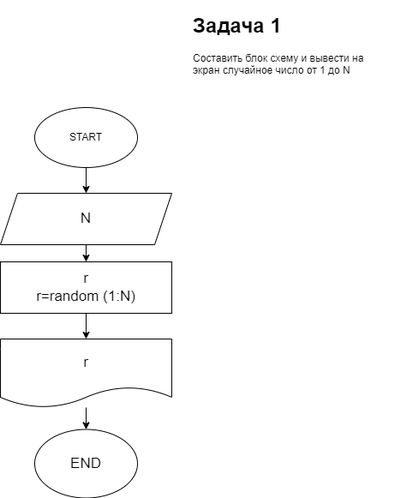
This is ex00.drawio.png from ulitin64/praktikum1, a draw.io export, as it was before one commit. Source tidied: cells renumbered, new cells last; positions are measured from the earlier drawing's top-left corner, leaving out a move shared by most shapes.
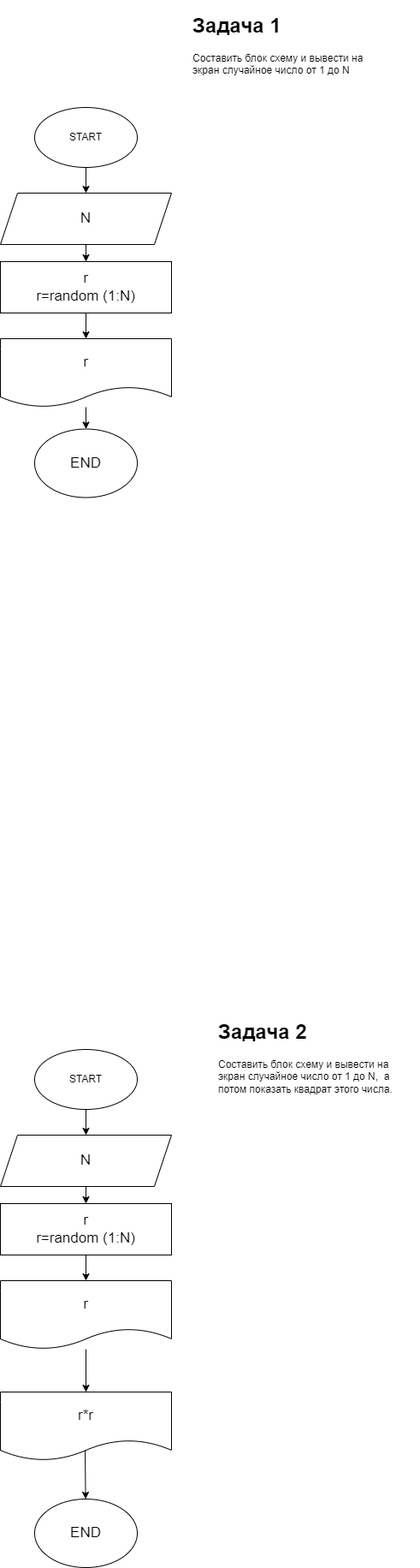
The same diagram one commit later.

Diff of the diagram source:
```diff
@@ -32,5 +32,41 @@
     <mxCell id="11" value="END" style="ellipse;whiteSpace=wrap;html=1;fontSize=17;" parent="1" vertex="1">
       <mxGeometry x="40" y="490.5" width="120" height="80" as="geometry" />
     </mxCell>
+    <mxCell id="12" value="&lt;h1&gt;Задача 2&lt;/h1&gt;&lt;p&gt;Составить блок схему и вывести на экран случайное число от 1 до N,&amp;nbsp; а потом показать квадрат этого числа.&lt;/p&gt;" style="text;html=1;strokeColor=none;fillColor=none;spacing=5;spacingTop=-20;whiteSpace=wrap;overflow=hidden;rounded=0;" parent="1" vertex="1">
+      <mxGeometry x="250" y="1175" width="240" height="110" as="geometry" />
+    </mxCell>
+    <mxCell id="13" style="edgeStyle=none;html=1;" parent="1" edge="1" source="14" target="16">
+      <mxGeometry relative="1" as="geometry" />
+    </mxCell>
+    <mxCell id="14" value="START" style="ellipse;whiteSpace=wrap;html=1;" parent="1" vertex="1">
+      <mxGeometry x="40" y="1215" width="120" height="70" as="geometry" />
+    </mxCell>
+    <mxCell id="15" style="edgeStyle=none;html=1;" parent="1" edge="1" source="16" target="18">
+      <mxGeometry relative="1" as="geometry" />
+    </mxCell>
+    <mxCell id="16" value="&lt;font style=&quot;font-size: 17px&quot;&gt;N&lt;/font&gt;" style="shape=parallelogram;perimeter=parallelogramPerimeter;whiteSpace=wrap;html=1;fixedSize=1;" parent="1" vertex="1">
+      <mxGeometry y="1315" width="200" height="60" as="geometry" />
+    </mxCell>
+    <mxCell id="17" style="edgeStyle=none;html=1;" parent="1" edge="1" source="18" target="20">
+      <mxGeometry relative="1" as="geometry" />
+    </mxCell>
+    <mxCell id="18" value="&lt;font style=&quot;font-size: 17px&quot;&gt;r&lt;br&gt;r=random (1:N)&lt;/font&gt;" style="rounded=0;whiteSpace=wrap;html=1;" parent="1" vertex="1">
+      <mxGeometry y="1395" width="200" height="60" as="geometry" />
+    </mxCell>
+    <mxCell id="19" style="edgeStyle=none;html=1;fontSize=17;" parent="1" edge="1" source="20" target="23">
+      <mxGeometry relative="1" as="geometry" />
+    </mxCell>
+    <mxCell id="20" value="&lt;font style=&quot;font-size: 17px&quot;&gt;r&lt;/font&gt;" style="shape=document;whiteSpace=wrap;html=1;boundedLbl=1;" parent="1" vertex="1">
+      <mxGeometry y="1485" width="200" height="80" as="geometry" />
+    </mxCell>
+    <mxCell id="21" value="END" style="ellipse;whiteSpace=wrap;html=1;fontSize=17;" parent="1" vertex="1">
+      <mxGeometry x="40" y="1740" width="120" height="80" as="geometry" />
+    </mxCell>
+    <mxCell id="22" style="edgeStyle=none;html=1;fontSize=17;exitX=0.495;exitY=0.838;exitDx=0;exitDy=0;exitPerimeter=0;" parent="1" edge="1" source="23" target="21">
+      <mxGeometry relative="1" as="geometry" />
+    </mxCell>
+    <mxCell id="23" value="&lt;font style=&quot;font-size: 17px&quot;&gt;r*r&lt;/font&gt;" style="shape=document;whiteSpace=wrap;html=1;boundedLbl=1;" parent="1" vertex="1">
+      <mxGeometry y="1615" width="200" height="80" as="geometry" />
+    </mxCell>
   </root>
 </mxGraphModel>
```
